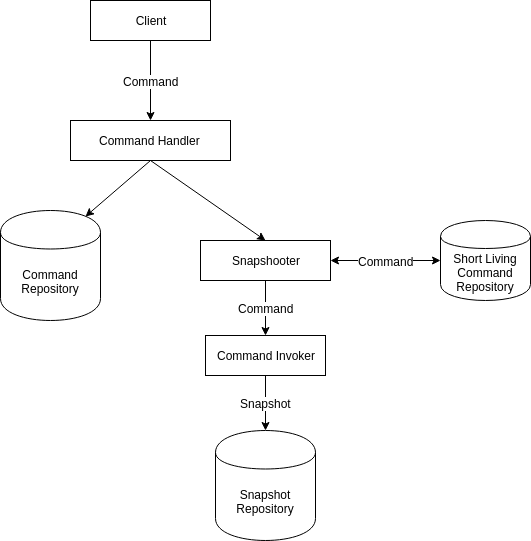
Above: diagrams/cqrs-interfaces.png in apulbere/cqrs (draw.io), before the change. Source tidied: cells renumbered, new cells last; positions are measured from the earlier drawing's top-left corner, leaving out a move shared by most shapes.
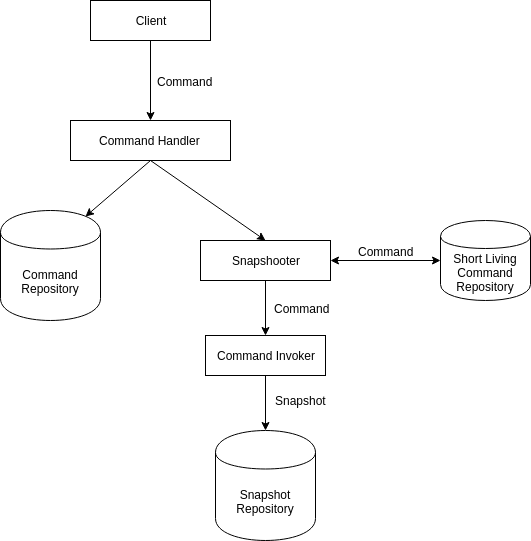
Above is the later version.

The edit, as a diff of the source:
```diff
@@ -2,7 +2,7 @@
   <root>
     <mxCell id="0" />
     <mxCell id="1" parent="0" />
-    <mxCell id="2" value="Client" style="rounded=0;whiteSpace=wrap;html=1;" parent="1" vertex="1">
+    <mxCell id="2" value="Client" style="rounded=0;whiteSpace=wrap;html=1;fillColor=none;" parent="1" vertex="1">
       <mxGeometry x="90" width="120" height="40" as="geometry" />
     </mxCell>
     <mxCell id="3" style="endArrow=classic;html=1;exitX=0.5;exitY=1;exitDx=0;exitDy=0;" parent="1" edge="1" source="2">
@@ -10,18 +10,18 @@
         <mxPoint x="150" y="120" as="targetPoint" />
       </mxGeometry>
     </mxCell>
-    <mxCell id="4" value="Command" style="text;html=1;align=center;verticalAlign=middle;labelBackgroundColor=#ffffff;" parent="3" vertex="1">
+    <mxCell id="4" value="Command" style="text;html=1;align=center;verticalAlign=middle;labelBackgroundColor=none;" parent="3" vertex="1">
       <mxGeometry x="-0.38" y="2" relative="1" as="geometry">
-        <mxPoint x="-2" y="15" as="offset" />
+        <mxPoint x="32" y="15" as="offset" />
       </mxGeometry>
     </mxCell>
-    <mxCell id="5" value="Command Handler&amp;nbsp;" style="rounded=0;whiteSpace=wrap;html=1;" parent="1" vertex="1">
+    <mxCell id="5" value="Command Handler&amp;nbsp;" style="rounded=0;whiteSpace=wrap;html=1;fillColor=none;" parent="1" vertex="1">
       <mxGeometry x="70" y="120" width="160" height="40" as="geometry" />
     </mxCell>
-    <mxCell id="6" value="Command&lt;br&gt;Repository&lt;br&gt;" style="shape=cylinder;whiteSpace=wrap;html=1;boundedLbl=1;backgroundOutline=1;" parent="1" vertex="1">
+    <mxCell id="6" value="Command&lt;br&gt;Repository&lt;br&gt;" style="shape=cylinder;whiteSpace=wrap;html=1;boundedLbl=1;backgroundOutline=1;fillColor=none;" parent="1" vertex="1">
       <mxGeometry y="210" width="100" height="110" as="geometry" />
     </mxCell>
-    <mxCell id="7" value="Snapshooter" style="rounded=0;whiteSpace=wrap;html=1;" parent="1" vertex="1">
+    <mxCell id="7" value="Snapshooter" style="rounded=0;whiteSpace=wrap;html=1;fillColor=none;" parent="1" vertex="1">
       <mxGeometry x="200" y="240" width="130" height="40" as="geometry" />
     </mxCell>
     <mxCell id="8" style="endArrow=classic;html=1;exitX=0.5;exitY=1;exitDx=0;exitDy=0;entryX=0.85;entryY=0.05;entryDx=0;entryDy=0;entryPerimeter=0;" parent="1" edge="1" source="5" target="6">
@@ -30,32 +30,32 @@
     <mxCell id="9" style="endArrow=classic;html=1;exitX=0.5;exitY=1;exitDx=0;exitDy=0;entryX=0.5;entryY=0;entryDx=0;entryDy=0;" parent="1" edge="1" source="5" target="7">
       <mxGeometry relative="1" as="geometry" />
     </mxCell>
-    <mxCell id="10" value="Short Living&lt;br&gt;Command&lt;br&gt;Repository&lt;br&gt;" style="shape=cylinder;whiteSpace=wrap;html=1;boundedLbl=1;backgroundOutline=1;" parent="1" vertex="1">
+    <mxCell id="10" value="Short Living&lt;br&gt;Command&lt;br&gt;Repository&lt;br&gt;" style="shape=cylinder;whiteSpace=wrap;html=1;boundedLbl=1;backgroundOutline=1;fillColor=none;" parent="1" vertex="1">
       <mxGeometry x="440" y="220" width="90" height="80" as="geometry" />
     </mxCell>
     <mxCell id="11" style="endArrow=classic;startArrow=classic;html=1;entryX=1;entryY=0.5;entryDx=0;entryDy=0;exitX=0;exitY=0.5;exitDx=0;exitDy=0;" parent="1" edge="1" source="10" target="7">
       <mxGeometry relative="1" as="geometry" />
     </mxCell>
-    <mxCell id="12" value="Command" style="text;html=1;align=center;verticalAlign=middle;labelBackgroundColor=#ffffff;" parent="11" vertex="1">
+    <mxCell id="12" value="Command" style="text;html=1;align=center;verticalAlign=middle;labelBackgroundColor=none;" parent="11" vertex="1">
       <mxGeometry x="-0.34" y="2" relative="1" as="geometry">
-        <mxPoint x="-19" y="-2" as="offset" />
+        <mxPoint x="-19" y="-12" as="offset" />
       </mxGeometry>
     </mxCell>
-    <mxCell id="13" value="Command Invoker" style="rounded=0;whiteSpace=wrap;html=1;" parent="1" vertex="1">
+    <mxCell id="13" value="Command Invoker" style="rounded=0;whiteSpace=wrap;html=1;fillColor=none;" parent="1" vertex="1">
       <mxGeometry x="205" y="335" width="120" height="40" as="geometry" />
     </mxCell>
     <mxCell id="14" style="endArrow=classic;html=1;exitX=0.5;exitY=1;exitDx=0;exitDy=0;entryX=0.5;entryY=0;entryDx=0;entryDy=0;" parent="1" edge="1" source="7" target="13">
       <mxGeometry relative="1" as="geometry" />
     </mxCell>
-    <mxCell id="15" value="Command" style="text;html=1;align=center;verticalAlign=middle;labelBackgroundColor=#ffffff;" parent="14" vertex="1">
+    <mxCell id="15" value="Command" style="text;html=1;align=center;verticalAlign=middle;labelBackgroundColor=none;" parent="14" vertex="1">
       <mxGeometry x="-0.39" y="3" relative="1" as="geometry">
-        <mxPoint x="-3" y="10.5" as="offset" />
+        <mxPoint x="33" y="10.5" as="offset" />
       </mxGeometry>
     </mxCell>
-    <mxCell id="16" value="&lt;font style=&quot;font-size: 12px&quot;&gt;Snapshot&lt;/font&gt;" style="endArrow=classic;html=1;exitX=0.5;exitY=1;exitDx=0;exitDy=0;" parent="1" edge="1" source="13" target="17">
-      <mxGeometry relative="1" as="geometry" />
+    <mxCell id="16" value="&lt;font style=&quot;font-size: 12px&quot;&gt;Snapshot&lt;/font&gt;" style="endArrow=classic;html=1;exitX=0.5;exitY=1;exitDx=0;exitDy=0;labelBackgroundColor=none;" parent="1" edge="1" source="13" target="17">
+      <mxGeometry x="-0.09" y="35" relative="1" as="geometry" />
     </mxCell>
-    <mxCell id="17" value="Snapshot&lt;br&gt;Repository&lt;br&gt;" style="shape=cylinder;whiteSpace=wrap;html=1;boundedLbl=1;backgroundOutline=1;" parent="1" vertex="1">
+    <mxCell id="17" value="Snapshot&lt;br&gt;Repository&lt;br&gt;" style="shape=cylinder;whiteSpace=wrap;html=1;boundedLbl=1;backgroundOutline=1;fillColor=none;" parent="1" vertex="1">
       <mxGeometry x="215" y="430" width="100" height="110" as="geometry" />
     </mxCell>
   </root>
```
